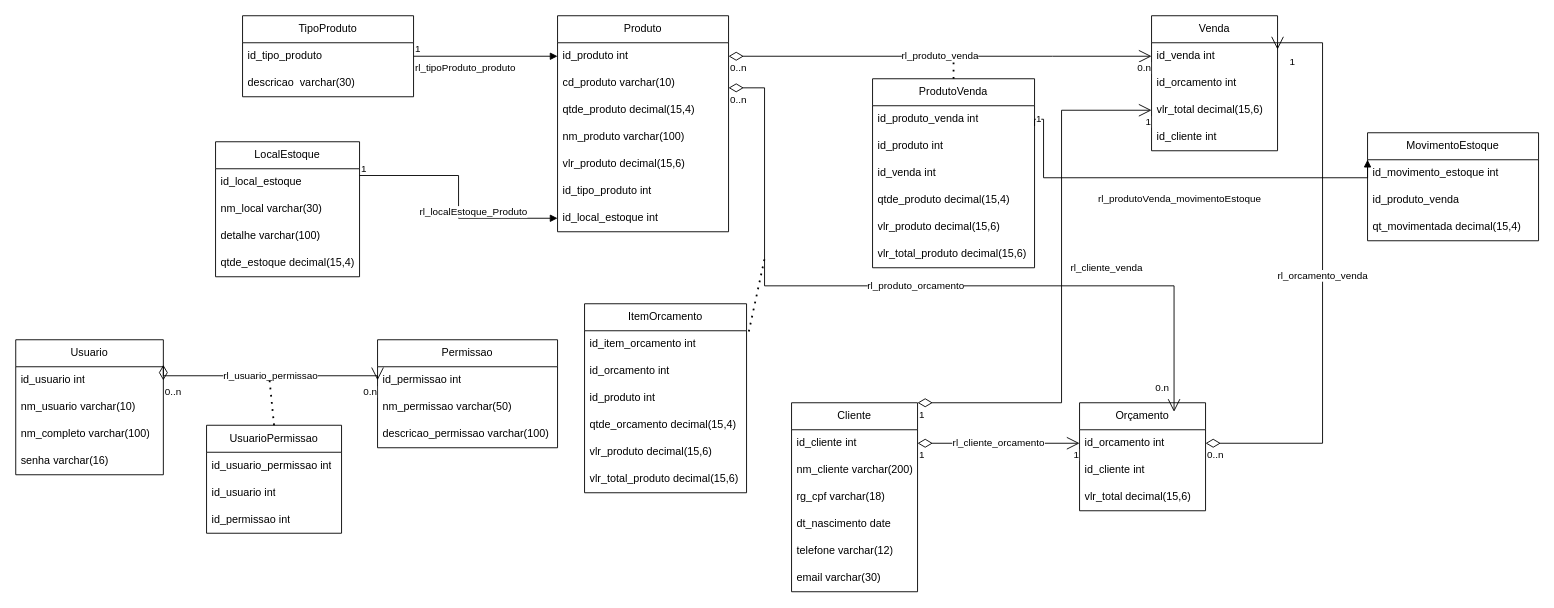
This is Diagrama sem nome.drawio from GabrielCastilhoRodrigues/LojaCelular, a draw.io file, before an edit. Source tidied: cells renumbered, new cells numbered last; positions are measured from the earlier drawing's top-left corner, leaving out a move shared by most shapes. Both pictures are drawn from the tidied source at 90%, with x=0, y=0 at pixel (15, 15).
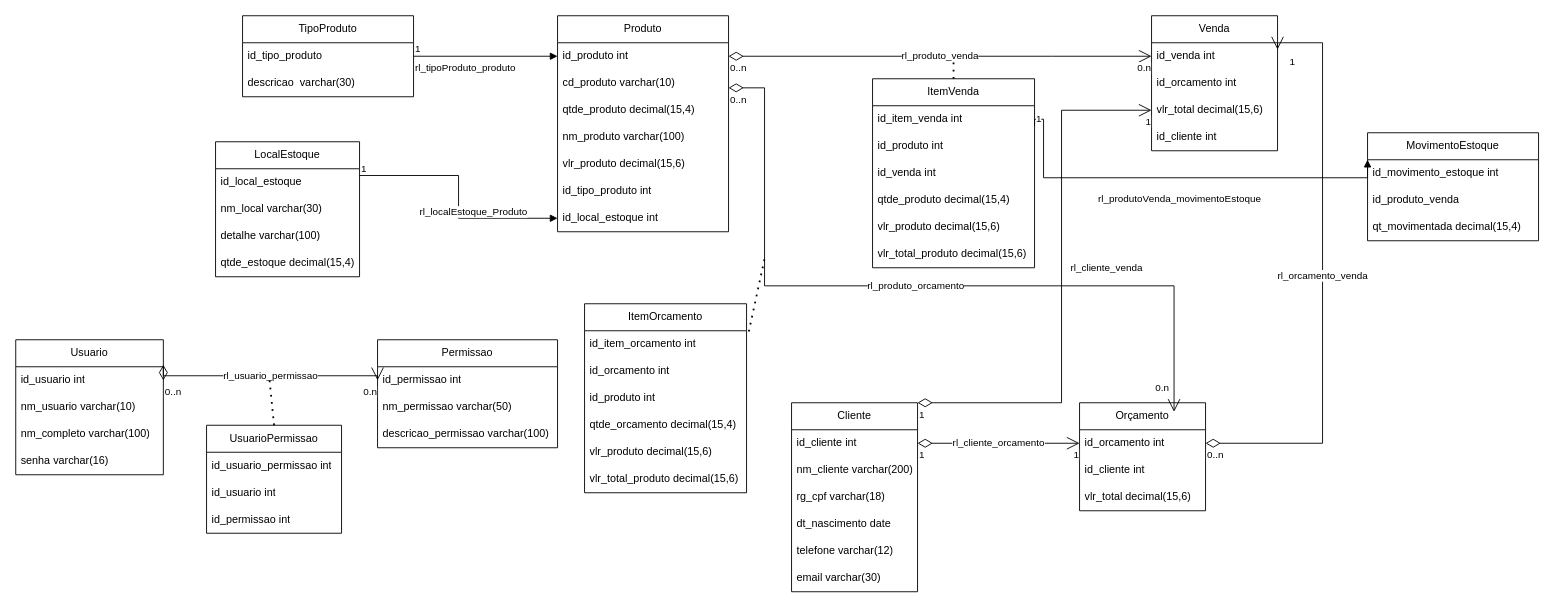
After the change.

Commit message:
Alteração da tabela ProdutoVenda para ItemVenda

The edit, as a diff of the source:
```diff
@@
-    <mxCell id="15" value="ProdutoVenda" style="swimlane;fontStyle=0;horizontal=1;startSize=30;whiteSpace=wrap;html=1;" parent="1" vertex="1">
+    <mxCell id="15" value="ItemVenda" style="swimlane;fontStyle=0;horizontal=1;startSize=30;whiteSpace=wrap;html=1;" parent="1" vertex="1">
       <mxGeometry x="952" y="70" width="180" height="210" as="geometry" />
     </mxCell>
-    <mxCell id="16" value="id_produto_venda int" style="text;strokeColor=none;fillColor=none;align=left;verticalAlign=middle;spacingLeft=4;spacingRight=4;overflow=hidden;whiteSpace=wrap;html=1;" parent="15" vertex="1">
+    <mxCell id="16" value="id_item_venda int" style="text;strokeColor=none;fillColor=none;align=left;verticalAlign=middle;spacingLeft=4;spacingRight=4;overflow=hidden;whiteSpace=wrap;html=1;" parent="15" vertex="1">
       <mxGeometry y="30" width="180" height="30" as="geometry" />
     </mxCell>
```
